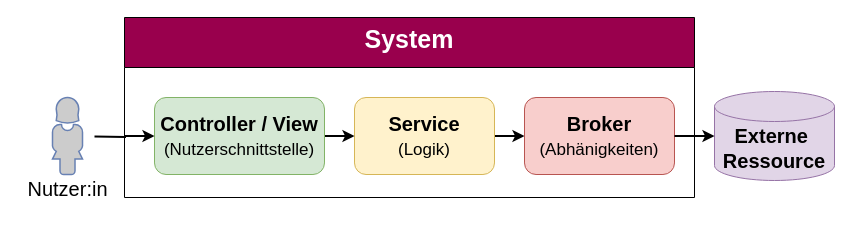
Above: page "TheStandard" (8 of 9) of Parlivote.Shared/Documentation/Untitled Diagram.drawio in schnickalodeon/Parlivote (draw.io), before the change. Source tidied: cells renumbered, new cells numbered last; positions are measured from the earlier drawing's top-left corner, leaving out a move shared by most shapes. Both pictures are drawn from the tidied source at 100%, with x=0, y=0 at pixel (17, 17).
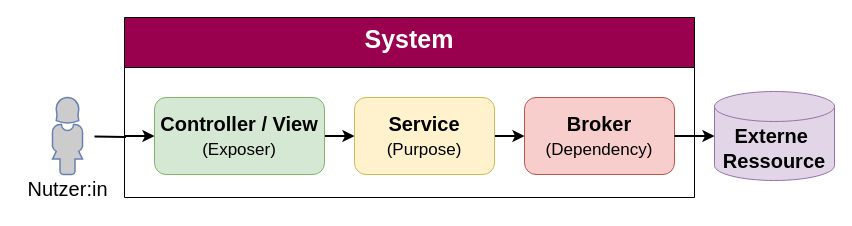
Above is the later version.

What changed in the source:
```diff
@@
 <mxGraphModel>
   <root>
     <mxCell id="0" />
     <mxCell id="1" parent="0" />
     <mxCell id="2" value="System" style="swimlane;fontSize=25;fontColor=#FFFFFF;strokeColor=#000000;strokeWidth=1;fillColor=#99004D;startSize=50;verticalAlign=top;" parent="1" vertex="1">
       <mxGeometry x="107" width="570" height="180" as="geometry" />
     </mxCell>
     <mxCell id="3" style="edgeStyle=orthogonalEdgeStyle;rounded=0;jettySize=auto;html=1;fontSize=16;strokeWidth=2;" parent="2" edge="1" source="4" target="7">
       <mxGeometry relative="1" as="geometry" />
     </mxCell>
-    <mxCell id="4" value="&lt;b&gt;Service&lt;/b&gt;&lt;br&gt;&lt;font style=&quot;font-size: 17px;&quot;&gt;(Logik)&lt;/font&gt;" style="rounded=1;whiteSpace=wrap;html=1;fontSize=20;strokeColor=#d6b656;strokeWidth=1;fillColor=#fff2cc;" parent="2" vertex="1">
+    <mxCell id="4" value="&lt;b&gt;Service&lt;/b&gt;&lt;br&gt;&lt;font style=&quot;font-size: 17px;&quot;&gt;(Purpose)&lt;/font&gt;" style="rounded=1;whiteSpace=wrap;html=1;fontSize=20;strokeColor=#d6b656;strokeWidth=1;fillColor=#fff2cc;" parent="2" vertex="1">
       <mxGeometry x="230" y="80" width="140" height="77" as="geometry" />
     </mxCell>
     <mxCell id="5" style="edgeStyle=orthogonalEdgeStyle;rounded=0;jettySize=auto;html=1;fontSize=16;strokeWidth=2;" parent="2" edge="1" source="6" target="4">
       <mxGeometry relative="1" as="geometry" />
     </mxCell>
-    <mxCell id="6" value="&lt;b&gt;Controller / View&lt;/b&gt;&lt;br&gt;&lt;font style=&quot;font-size: 17px;&quot;&gt;(Nutzerschnittstelle)&lt;/font&gt;" style="rounded=1;whiteSpace=wrap;html=1;fontSize=20;strokeColor=#82b366;strokeWidth=1;fillColor=#d5e8d4;" parent="2" vertex="1">
+    <mxCell id="6" value="&lt;b&gt;Controller / View&lt;/b&gt;&lt;br&gt;&lt;font style=&quot;font-size: 17px;&quot;&gt;(Exposer)&lt;/font&gt;" style="rounded=1;whiteSpace=wrap;html=1;fontSize=20;strokeColor=#82b366;strokeWidth=1;fillColor=#d5e8d4;" parent="2" vertex="1">
       <mxGeometry x="30" y="80" width="170" height="77" as="geometry" />
     </mxCell>
-    <mxCell id="7" value="&lt;b&gt;Broker&lt;/b&gt;&lt;br&gt;&lt;font style=&quot;font-size: 17px;&quot;&gt;(Abhänigkeiten)&lt;/font&gt;" style="rounded=1;whiteSpace=wrap;html=1;fontSize=20;strokeColor=#b85450;strokeWidth=1;fillColor=#f8cecc;" parent="2" vertex="1">
+    <mxCell id="7" value="&lt;b&gt;Broker&lt;/b&gt;&lt;br&gt;&lt;font style=&quot;font-size: 17px;&quot;&gt;(Dependency)&lt;/font&gt;" style="rounded=1;whiteSpace=wrap;html=1;fontSize=20;strokeColor=#b85450;strokeWidth=1;fillColor=#f8cecc;" parent="2" vertex="1">
       <mxGeometry x="400" y="80" width="150" height="77" as="geometry" />
     </mxCell>
     <mxCell id="8" style="edgeStyle=orthogonalEdgeStyle;rounded=0;jettySize=auto;html=1;entryX=0;entryY=0.5;entryDx=0;entryDy=0;fontSize=17;strokeWidth=2;" parent="1" edge="1" target="6">
       <mxGeometry relative="1" as="geometry">
         <mxPoint x="77" y="119" as="sourcePoint" />
       </mxGeometry>
     </mxCell>
     <mxCell id="9" value="&lt;font style=&quot;font-size: 20px;&quot;&gt;Externe&amp;nbsp;&lt;br&gt;Ressource&lt;/font&gt;" style="shape=cylinder3;whiteSpace=wrap;html=1;boundedLbl=1;backgroundOutline=1;size=15;fontSize=17;fillColor=#e1d5e7;strokeColor=#9673a6;fontStyle=1;" parent="1" vertex="1">
       <mxGeometry x="697" y="74" width="120" height="89" as="geometry" />
     </mxCell>
     <mxCell id="10" style="edgeStyle=orthogonalEdgeStyle;rounded=0;jettySize=auto;html=1;exitX=1;exitY=0.5;exitDx=0;exitDy=0;entryX=0;entryY=0.5;entryDx=0;entryDy=0;entryPerimeter=0;fontSize=17;strokeWidth=2;" parent="1" edge="1" source="7" target="9">
       <mxGeometry relative="1" as="geometry" />
     </mxCell>
     <mxCell id="11" style="fontColor=#0066CC;verticalAlign=top;verticalLabelPosition=bottom;labelPosition=center;align=center;html=1;fillColor=#CCCCCC;strokeColor=#6881B3;gradientColor=none;gradientDirection=north;strokeWidth=2;shape=mxgraph.networks.user_female;labelBackgroundColor=none;fontSize=20;" parent="1" vertex="1">
       <mxGeometry x="34.6" y="80" width="30.8" height="77" as="geometry" />
     </mxCell>
     <mxCell id="12" value="Nutzer:in" style="text;html=1;align=center;verticalAlign=middle;strokeColor=none;fillColor=none;fontSize=20;" parent="1" vertex="1">
       <mxGeometry y="151" width="100" height="40" as="geometry" />
     </mxCell>
   </root>
 </mxGraphModel>
```
